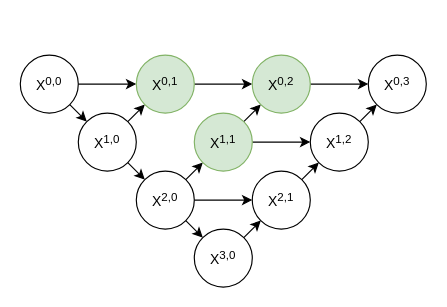
Before: 未命名绘图.drawio in tlwzzy/-python-BAT-, a draw.io diagram. Source tidied: cells renumbered, new cells numbered last; positions are measured from the earlier drawing's top-left corner, leaving out a move shared by most shapes. Both pictures are drawn from the tidied source at 116%, with x=0, y=0 at pixel (20, 55).
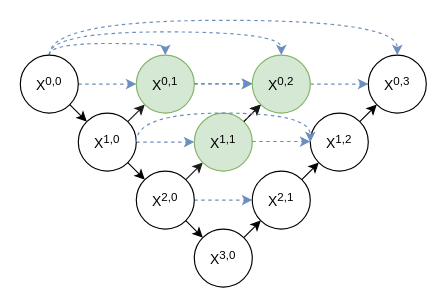
The same page after the edit.

The change refers to these unchanged cells:
```xml
<mxCell id="4" value="X&lt;sup&gt;0,0&lt;/sup&gt;" style="ellipse;whiteSpace=wrap;html=1;" parent="1" vertex="1">
  <mxGeometry width="50" height="50" as="geometry" />
</mxCell>
<mxCell id="7" value="X&lt;sup&gt;1,0&lt;/sup&gt;" style="ellipse;whiteSpace=wrap;html=1;" parent="1" vertex="1">
  <mxGeometry x="50" y="50" width="50" height="50" as="geometry" />
</mxCell>
<mxCell id="11" value="X&lt;sup&gt;2,0&lt;/sup&gt;" style="ellipse;whiteSpace=wrap;html=1;" parent="1" vertex="1">
  <mxGeometry x="100" y="100" width="50" height="50" as="geometry" />
</mxCell>
<mxCell id="15" value="X&lt;sup&gt;2,1&lt;/sup&gt;" style="ellipse;whiteSpace=wrap;html=1;direction=west;" parent="1" vertex="1">
  <mxGeometry x="200" y="100" width="50" height="50" as="geometry" />
</mxCell>
<mxCell id="17" value="X&lt;sup&gt;1,2&lt;/sup&gt;" style="ellipse;whiteSpace=wrap;html=1;" parent="1" vertex="1">
  <mxGeometry x="250" y="50" width="50" height="50" as="geometry" />
</mxCell>
<mxCell id="18" value="X&lt;sup&gt;0,3&lt;/sup&gt;" style="ellipse;whiteSpace=wrap;html=1;" parent="1" vertex="1">
  <mxGeometry x="300" width="50" height="50" as="geometry" />
</mxCell>
<mxCell id="21" value="X&lt;sup&gt;1,1&lt;/sup&gt;" style="ellipse;whiteSpace=wrap;html=1;fillColor=#d5e8d4;strokeColor=#82b366;" parent="1" vertex="1">
  <mxGeometry x="150" y="50" width="50" height="50" as="geometry" />
</mxCell>
<mxCell id="23" value="X&lt;sup&gt;0,1&lt;/sup&gt;" style="ellipse;whiteSpace=wrap;html=1;fillColor=#d5e8d4;strokeColor=#82b366;" parent="1" vertex="1">
  <mxGeometry x="100" width="50" height="50" as="geometry" />
</mxCell>
<mxCell id="25" value="X&lt;sup&gt;0,2&lt;/sup&gt;" style="ellipse;whiteSpace=wrap;html=1;fillColor=#d5e8d4;strokeColor=#82b366;" parent="1" vertex="1">
  <mxGeometry x="200" width="50" height="50" as="geometry" />
</mxCell>
```

What changed in the source:
```diff
@@
-    <mxCell id="3" style="edgeStyle=none;rounded=0;jettySize=auto;html=1;exitX=1;exitY=0.5;exitDx=0;exitDy=0;entryX=0;entryY=0.5;entryDx=0;entryDy=0;" parent="1" edge="1" source="4" target="23">
+    <mxCell id="3" style="edgeStyle=none;rounded=0;jettySize=auto;html=1;exitX=1;exitY=0.5;exitDx=0;exitDy=0;entryX=0;entryY=0.5;entryDx=0;entryDy=0;dashed=1;fillColor=#dae8fc;strokeColor=#6c8ebf;" parent="1" edge="1" source="4" target="23">
       <mxGeometry relative="1" as="geometry" />
     </mxCell>
+    <mxCell id="26" style="edgeStyle=orthogonalEdgeStyle;rounded=0;jettySize=auto;html=1;exitX=0.5;exitY=0;exitDx=0;exitDy=0;entryX=0.5;entryY=0;entryDx=0;entryDy=0;strokeColor=#6c8ebf;curved=1;fillColor=#dae8fc;dashed=1;" parent="1" edge="1" source="4" target="23">
+      <mxGeometry relative="1" as="geometry">
+        <Array as="points">
+          <mxPoint x="25" y="-10" />
+          <mxPoint x="125" y="-10" />
+        </Array>
+      </mxGeometry>
+    </mxCell>
+    <mxCell id="27" style="edgeStyle=orthogonalEdgeStyle;curved=1;rounded=0;jettySize=auto;html=1;exitX=0.5;exitY=0;exitDx=0;exitDy=0;entryX=0.5;entryY=0;entryDx=0;entryDy=0;dashed=1;strokeColor=#6c8ebf;fillColor=#dae8fc;" parent="1" edge="1" source="4" target="25">
+      <mxGeometry relative="1" as="geometry">
+        <Array as="points">
+          <mxPoint x="25" y="-20" />
+          <mxPoint x="225" y="-20" />
+        </Array>
+      </mxGeometry>
+    </mxCell>
+    <mxCell id="28" style="edgeStyle=orthogonalEdgeStyle;curved=1;rounded=0;jettySize=auto;html=1;exitX=0.5;exitY=0;exitDx=0;exitDy=0;entryX=0.5;entryY=0;entryDx=0;entryDy=0;dashed=1;strokeColor=#6c8ebf;fillColor=#dae8fc;" parent="1" edge="1" source="4" target="18">
+      <mxGeometry relative="1" as="geometry">
+        <Array as="points">
+          <mxPoint x="25" y="-30" />
+          <mxPoint x="325" y="-30" />
+        </Array>
+      </mxGeometry>
+    </mxCell>
@@
-    <mxCell id="6" style="edgeStyle=none;rounded=0;jettySize=auto;html=1;exitX=1;exitY=0;exitDx=0;exitDy=0;entryX=0;entryY=1;entryDx=0;entryDy=0;" parent="1" edge="1" source="7" target="23">
+    <mxCell id="6" style="edgeStyle=none;rounded=0;jettySize=auto;html=1;exitX=1;exitY=0;exitDx=0;exitDy=0;entryX=0;entryY=1;entryDx=0;entryDy=0;fillColor=#dae8fc;strokeColor=#1A1A1A;" parent="1" edge="1" source="7" target="23">
       <mxGeometry relative="1" as="geometry" />
     </mxCell>
+    <mxCell id="29" style="edgeStyle=orthogonalEdgeStyle;rounded=0;jettySize=auto;html=1;exitX=1;exitY=0.5;exitDx=0;exitDy=0;entryX=0;entryY=0.5;entryDx=0;entryDy=0;dashed=1;fillColor=#dae8fc;strokeColor=#6c8ebf;" parent="1" edge="1" source="7" target="21">
+      <mxGeometry relative="1" as="geometry" />
+    </mxCell>
@@
-    <mxCell id="9" style="edgeStyle=none;rounded=0;jettySize=auto;html=1;exitX=1;exitY=0;exitDx=0;exitDy=0;entryX=0;entryY=1;entryDx=0;entryDy=0;" parent="1" edge="1" source="11" target="21">
+    <mxCell id="9" style="edgeStyle=none;rounded=0;jettySize=auto;html=1;exitX=1;exitY=0;exitDx=0;exitDy=0;entryX=0;entryY=1;entryDx=0;entryDy=0;fillColor=#dae8fc;strokeColor=#1A1A1A;" parent="1" edge="1" source="11" target="21">
       <mxGeometry relative="1" as="geometry" />
     </mxCell>
-    <mxCell id="10" style="edgeStyle=none;rounded=0;jettySize=auto;html=1;exitX=1;exitY=0.5;exitDx=0;exitDy=0;entryX=1;entryY=0.5;entryDx=0;entryDy=0;" parent="1" edge="1" source="11" target="15">
+    <mxCell id="10" style="edgeStyle=none;rounded=0;jettySize=auto;html=1;exitX=1;exitY=0.5;exitDx=0;exitDy=0;entryX=1;entryY=0.5;entryDx=0;entryDy=0;dashed=1;fillColor=#dae8fc;strokeColor=#6c8ebf;" parent="1" edge="1" source="11" target="15">
       <mxGeometry relative="1" as="geometry" />
     </mxCell>
@@
-    <mxCell id="19" style="edgeStyle=none;rounded=0;jettySize=auto;html=1;exitX=1;exitY=0;exitDx=0;exitDy=0;entryX=0;entryY=1;entryDx=0;entryDy=0;" parent="1" edge="1" source="21" target="25">
+    <mxCell id="19" style="edgeStyle=none;rounded=0;jettySize=auto;html=1;exitX=1;exitY=0;exitDx=0;exitDy=0;entryX=0;entryY=1;entryDx=0;entryDy=0;dashed=1;" parent="1" edge="1" source="21" target="25">
       <mxGeometry relative="1" as="geometry" />
     </mxCell>
-    <mxCell id="20" style="edgeStyle=none;rounded=0;jettySize=auto;html=1;exitX=1;exitY=0.5;exitDx=0;exitDy=0;entryX=0;entryY=0.5;entryDx=0;entryDy=0;" parent="1" edge="1" source="21" target="17">
-      <mxGeometry relative="1" as="geometry" />
-    </mxCell>
@@
-    <mxCell id="22" style="edgeStyle=none;rounded=0;jettySize=auto;html=1;exitX=1;exitY=0.5;exitDx=0;exitDy=0;entryX=0;entryY=0.5;entryDx=0;entryDy=0;" parent="1" edge="1" source="23" target="25">
+    <mxCell id="22" style="edgeStyle=none;rounded=0;jettySize=auto;html=1;exitX=1;exitY=0.5;exitDx=0;exitDy=0;entryX=0;entryY=0.5;entryDx=0;entryDy=0;dashed=1;fillColor=#dae8fc;strokeColor=#6c8ebf;" parent="1" edge="1" source="23" target="25">
       <mxGeometry relative="1" as="geometry" />
     </mxCell>
@@
-    <mxCell id="24" style="edgeStyle=none;rounded=0;jettySize=auto;html=1;exitX=1;exitY=0.5;exitDx=0;exitDy=0;entryX=0;entryY=0.5;entryDx=0;entryDy=0;" parent="1" edge="1" source="25" target="18">
+    <mxCell id="24" style="edgeStyle=none;rounded=0;jettySize=auto;html=1;exitX=1;exitY=0.5;exitDx=0;exitDy=0;entryX=0;entryY=0.5;entryDx=0;entryDy=0;dashed=1;fillColor=#dae8fc;strokeColor=#6c8ebf;" parent="1" edge="1" source="25" target="18">
       <mxGeometry relative="1" as="geometry" />
     </mxCell>
@@
+    <mxCell id="30" style="edgeStyle=none;rounded=0;orthogonalLoop=1;jettySize=auto;html=1;exitX=1;exitY=0.5;exitDx=0;exitDy=0;entryX=0;entryY=0.5;entryDx=0;entryDy=0;dashed=1;fillColor=#dae8fc;strokeColor=#6c8ebf;" parent="1" edge="1">
+      <mxGeometry relative="1" as="geometry">
+        <mxPoint x="200" y="74.5" as="sourcePoint" />
+        <mxPoint x="250" y="74.5" as="targetPoint" />
+      </mxGeometry>
+    </mxCell>
+    <mxCell id="31" style="edgeStyle=none;rounded=0;orthogonalLoop=1;jettySize=auto;html=1;exitX=1;exitY=0.5;exitDx=0;exitDy=0;entryX=0;entryY=0.5;entryDx=0;entryDy=0;dashed=1;fillColor=#dae8fc;strokeColor=#6c8ebf;" parent="1" edge="1">
+      <mxGeometry relative="1" as="geometry">
+        <mxPoint x="150" y="24.5" as="sourcePoint" />
+        <mxPoint x="200" y="24.5" as="targetPoint" />
+      </mxGeometry>
+    </mxCell>
+    <mxCell id="32" style="edgeStyle=none;rounded=0;orthogonalLoop=1;jettySize=auto;html=1;exitX=1;exitY=0;exitDx=0;exitDy=0;entryX=0;entryY=1;entryDx=0;entryDy=0;fillColor=#dae8fc;strokeColor=#1A1A1A;" parent="1" edge="1">
+      <mxGeometry relative="1" as="geometry">
+        <mxPoint x="192.7" y="57.3" as="sourcePoint" />
+        <mxPoint x="207.3" y="42.7" as="targetPoint" />
+      </mxGeometry>
+    </mxCell>
+    <mxCell id="33" style="edgeStyle=orthogonalEdgeStyle;curved=1;rounded=0;jettySize=auto;html=1;exitX=1;exitY=0.5;exitDx=0;exitDy=0;entryX=0;entryY=0.5;entryDx=0;entryDy=0;dashed=1;strokeColor=#6c8ebf;fillColor=#dae8fc;" parent="1" edge="1" source="7" target="17">
+      <mxGeometry relative="1" as="geometry">
+        <Array as="points">
+          <mxPoint x="100" y="50" />
+          <mxPoint x="250" y="50" />
+        </Array>
+      </mxGeometry>
+    </mxCell>
```
